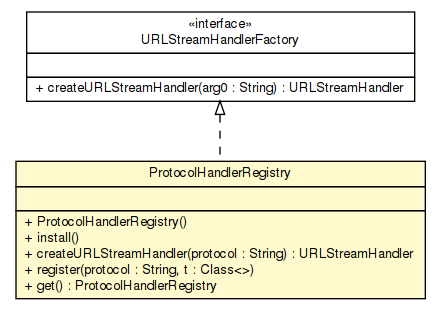
Before: apidocs/sorcer/protocol/ProtocolHandlerRegistry.png, a diagram exported from Graphviz (sorcersoft/sorcersoft.github.io). Its source is kept beside it as apidocs/sorcer/protocol/ProtocolHandlerRegistry.dot.
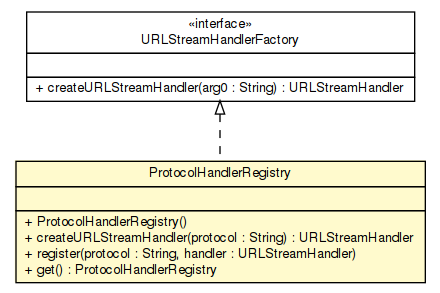
The same file after the commit.

Diff of the diagram source:
```diff
@@ -4,7 +4,7 @@
 	node [fontname="Helvetica",fontsize=10,shape=plaintext];
 	nodesep=0.25;
 	ranksep=0.5;
-	c251062 [label=<<table title="sorcer.protocol.ProtocolHandlerRegistry" border="0" cellborder="1" cellspacing="0" cellpadding="2" port="p" bgcolor="lemonChiffon" href="./ProtocolHandlerRegistry.html">
+	c353682 [label=<<table title="sorcer.protocol.ProtocolHandlerRegistry" border="0" cellborder="1" cellspacing="0" cellpadding="2" port="p" bgcolor="lemonChiffon" href="./ProtocolHandlerRegistry.html">
 		<tr><td><table border="0" cellspacing="0" cellpadding="1">
 <tr><td align="center" balign="center"> ProtocolHandlerRegistry </td></tr>
 		</table></td></tr>
@@ -13,14 +13,13 @@
 		</table></td></tr>
 		<tr><td><table border="0" cellspacing="0" cellpadding="1">
 <tr><td align="left" balign="left"> + ProtocolHandlerRegistry() </td></tr>
-<tr><td align="left" balign="left"> + install() </td></tr>
 <tr><td align="left" balign="left"> + createURLStreamHandler(protocol : String) : URLStreamHandler </td></tr>
-<tr><td align="left" balign="left"> + register(protocol : String, t : Class&lt;&gt;) </td></tr>
+<tr><td align="left" balign="left"> + register(protocol : String, handler : URLStreamHandler) </td></tr>
 <tr><td align="left" balign="left"> + get() : ProtocolHandlerRegistry </td></tr>
 		</table></td></tr>
 		</table>>, URL="./ProtocolHandlerRegistry.html", fontname="Helvetica", fontcolor="black", fontsize=10.0];
-	c251560:p -> c251062:p [dir=back,arrowtail=empty,style=dashed];
-	c251560 [label=<<table title="java.net.URLStreamHandlerFactory" border="0" cellborder="1" cellspacing="0" cellpadding="2" port="p" href="http://docs.oracle.com/javase/7/docs/api/java/net/URLStreamHandlerFactory.html">
+	c354270:p -> c353682:p [dir=back,arrowtail=empty,style=dashed];
+	c354270 [label=<<table title="java.net.URLStreamHandlerFactory" border="0" cellborder="1" cellspacing="0" cellpadding="2" port="p" href="http://docs.oracle.com/javase/7/docs/api/java/net/URLStreamHandlerFactory.html">
 		<tr><td><table border="0" cellspacing="0" cellpadding="1">
 <tr><td align="center" balign="center"> &#171;interface&#187; </td></tr>
 <tr><td align="center" balign="center"> URLStreamHandlerFactory </td></tr>
```
